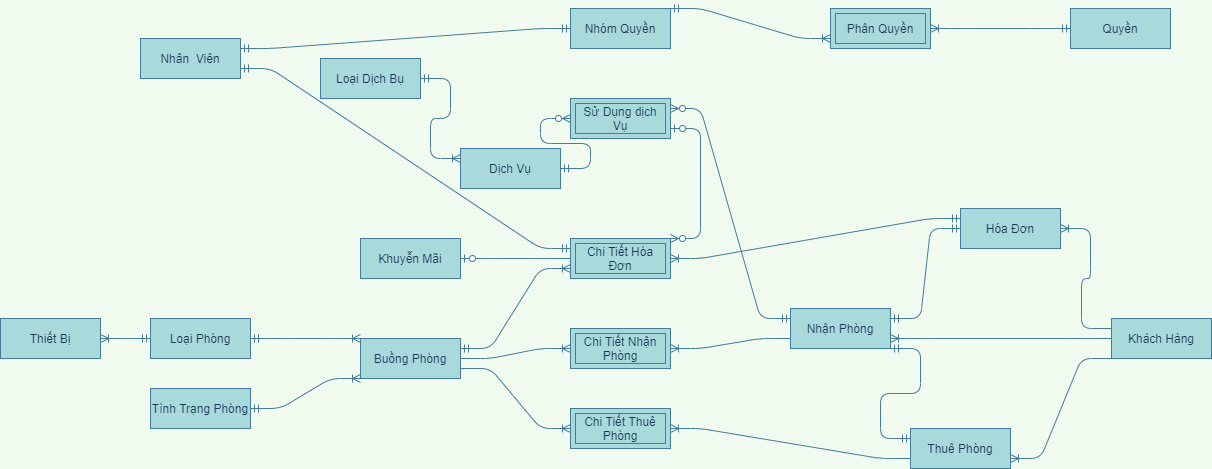
The draw.io diagram EntityRelationship-QLKS.png in maialino123/QLKS, before a commit. Source tidied: cells renumbered, new cells last; positions are measured from the earlier drawing's top-left corner, leaving out a move shared by most shapes.
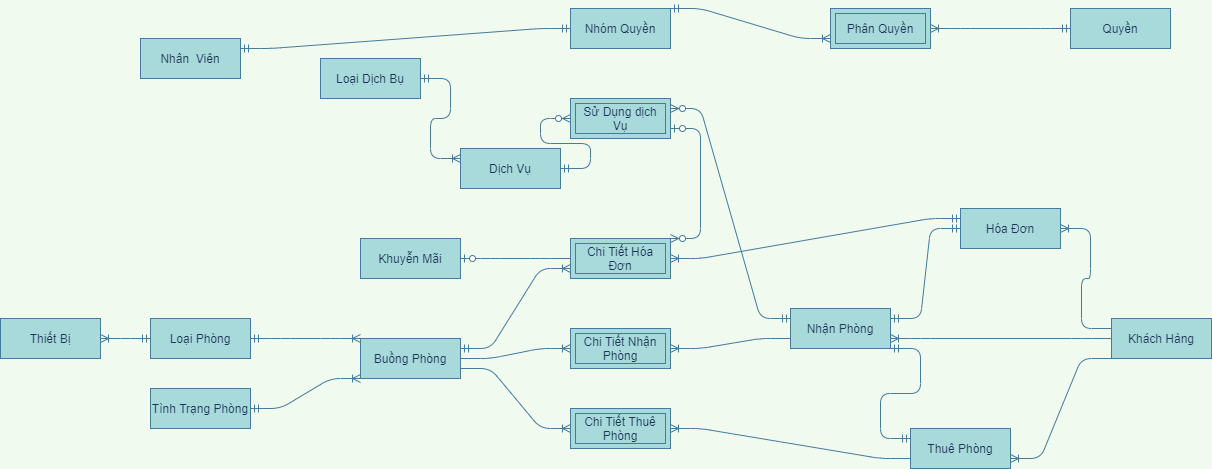
After the change.

What changed in the source:
```diff
@@ -125,8 +125,5 @@
     <mxCell id="42" value="Hóa Đơn" style="whiteSpace=wrap;html=1;align=center;rounded=0;sketch=0;strokeColor=#457B9D;fillColor=#A8DADC;fontColor=#1D3557;" parent="1" vertex="1">
       <mxGeometry x="960" y="200" width="100" height="40" as="geometry" />
     </mxCell>
-    <mxCell id="43" style="edgeStyle=entityRelationEdgeStyle;fontSize=12;html=1;endArrow=ERmandOne;startArrow=ERmandOne;strokeColor=#457B9D;fillColor=#A8DADC;entryX=1;entryY=0.75;entryDx=0;entryDy=0;exitX=0;exitY=0.25;exitDx=0;exitDy=0;" parent="1" edge="1" source="15" target="31">
-      <mxGeometry relative="1" as="geometry" />
-    </mxCell>
   </root>
 </mxGraphModel>
```
